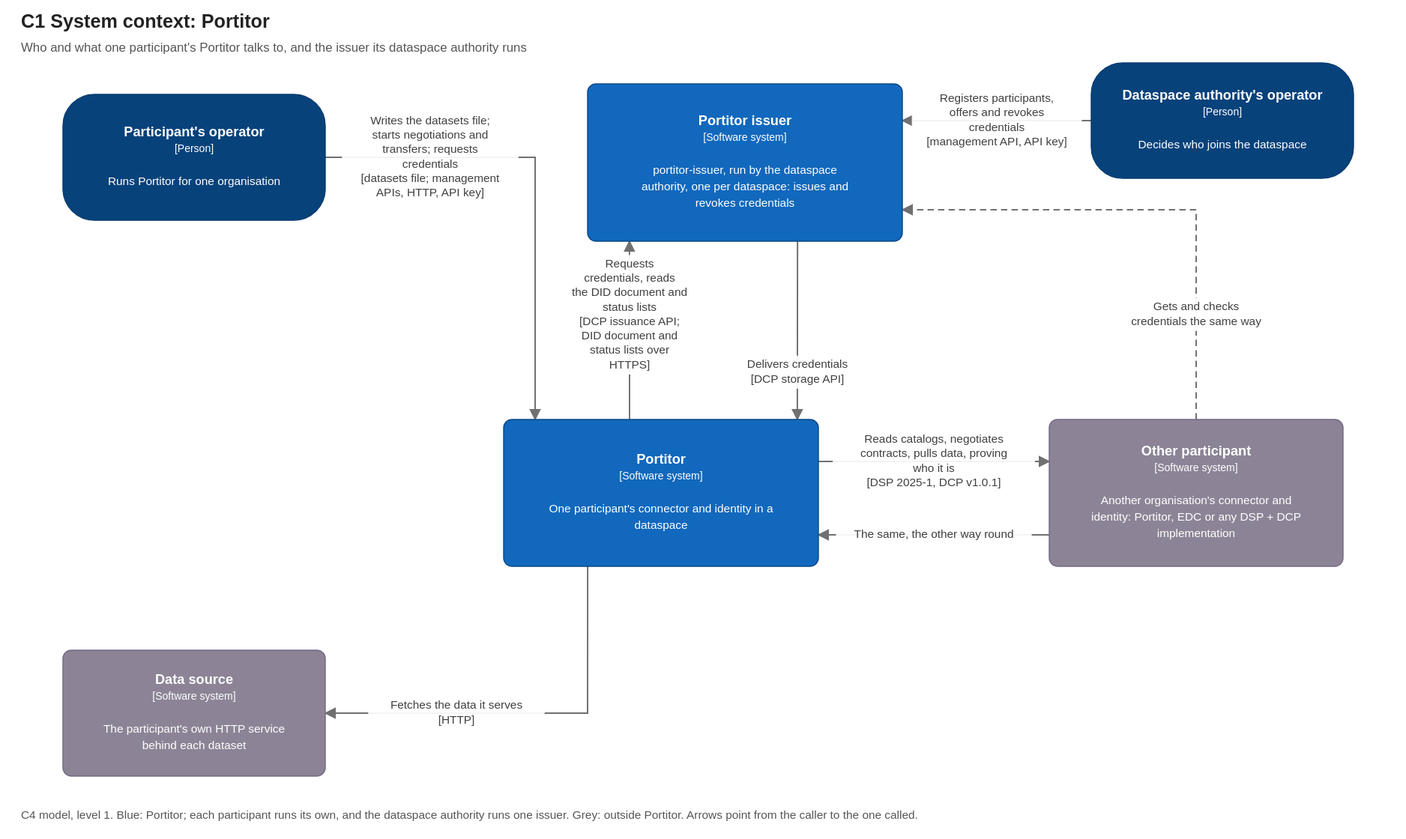
Above: docs/diagrams/c1-system-context.drawio.svg in brunopacheco1/ldsc (draw.io), before the change. Source tidied: cells renumbered, new cells last; positions are measured from the earlier drawing's top-left corner, leaving out a move shared by most shapes.
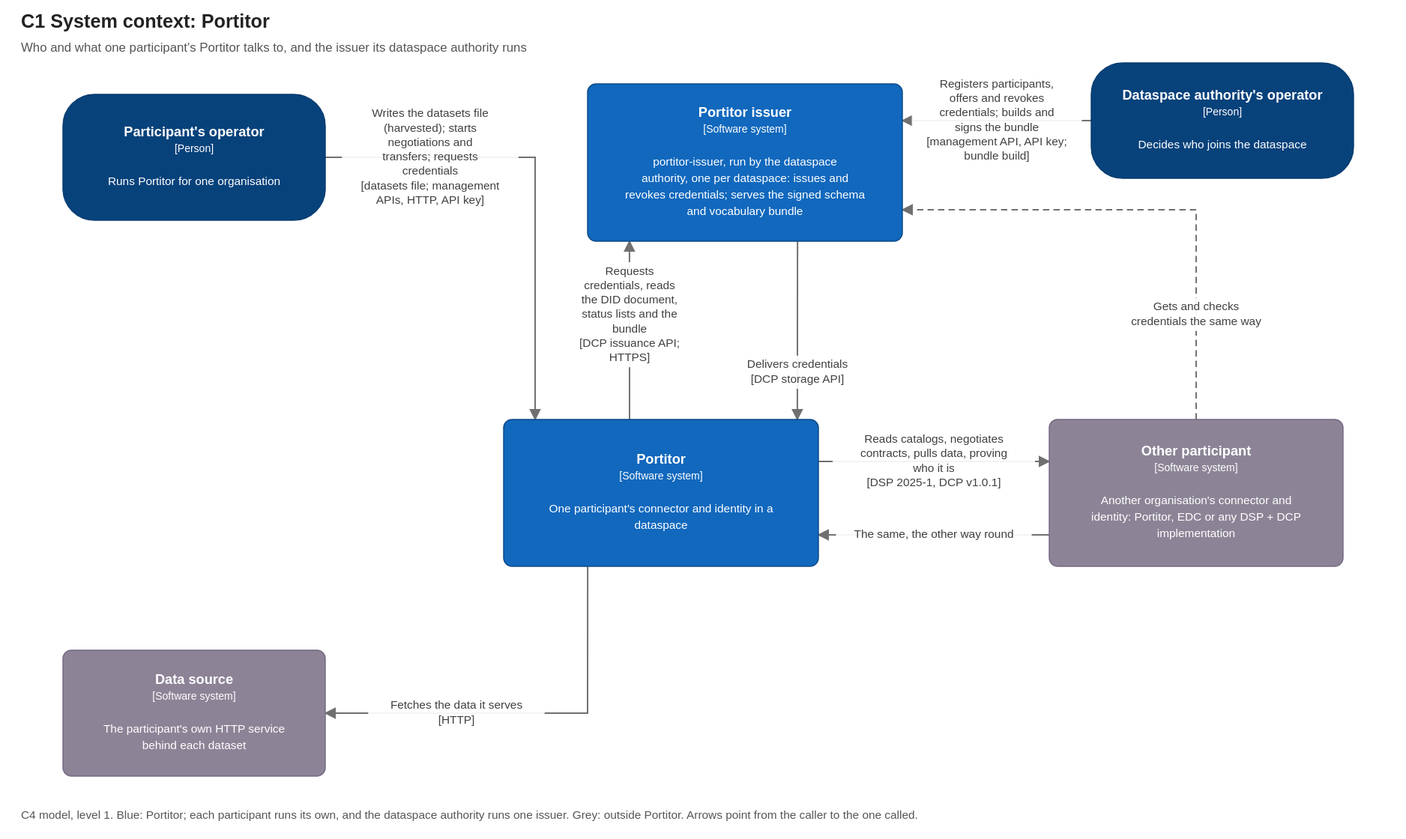
After the change.

Diff of the diagram source:
```diff
@@ -5,7 +5,7 @@
     <mxCell id="2" value="&lt;b&gt;Participant&amp;#x27;s operator&lt;/b&gt;&lt;br&gt;&lt;font style=&quot;font-size:10px&quot;&gt;[Person]&lt;/font&gt;&lt;br&gt;&lt;br&gt;&lt;font style=&quot;font-size:11px&quot;&gt;Runs Portitor for one organisation&lt;/font&gt;" style="rounded=1;arcSize=30;whiteSpace=wrap;html=1;fillColor=#08427B;strokeColor=#073B6F;fontColor=#FFFFFF;fontSize=13;align=center;verticalAlign=middle;c4Kind=person;c4Name=Participant's operator;" parent="1" vertex="1">
       <mxGeometry x="40" y="30" width="250" height="120" as="geometry" />
     </mxCell>
-    <mxCell id="3" value="&lt;b&gt;Portitor issuer&lt;/b&gt;&lt;br&gt;&lt;font style=&quot;font-size:10px&quot;&gt;[Software system]&lt;/font&gt;&lt;br&gt;&lt;br&gt;&lt;font style=&quot;font-size:11px&quot;&gt;portitor-issuer, run by the dataspace authority, one per dataspace: issues and revokes credentials&lt;/font&gt;" style="rounded=1;arcSize=8;whiteSpace=wrap;html=1;fillColor=#1168BD;strokeColor=#0B4884;fontColor=#FFFFFF;fontSize=13;align=center;verticalAlign=middle;c4Kind=system;c4Name=Portitor issuer;" parent="1" vertex="1">
+    <mxCell id="3" value="&lt;b&gt;Portitor issuer&lt;/b&gt;&lt;br&gt;&lt;font style=&quot;font-size:10px&quot;&gt;[Software system]&lt;/font&gt;&lt;br&gt;&lt;br&gt;&lt;font style=&quot;font-size:11px&quot;&gt;portitor-issuer, run by the dataspace authority, one per dataspace: issues and revokes credentials; serves the signed schema and vocabulary bundle&lt;/font&gt;" style="rounded=1;arcSize=8;whiteSpace=wrap;html=1;fillColor=#1168BD;strokeColor=#0B4884;fontColor=#FFFFFF;fontSize=13;align=center;verticalAlign=middle;c4Kind=system;c4Name=Portitor issuer;" parent="1" vertex="1">
       <mxGeometry x="540" y="20" width="300" height="150" as="geometry" />
     </mxCell>
     <mxCell id="4" value="&lt;b&gt;Dataspace authority&amp;#x27;s operator&lt;/b&gt;&lt;br&gt;&lt;font style=&quot;font-size:10px&quot;&gt;[Person]&lt;/font&gt;&lt;br&gt;&lt;br&gt;&lt;font style=&quot;font-size:11px&quot;&gt;Decides who joins the dataspace&lt;/font&gt;" style="rounded=1;arcSize=30;whiteSpace=wrap;html=1;fillColor=#08427B;strokeColor=#073B6F;fontColor=#FFFFFF;fontSize=13;align=center;verticalAlign=middle;c4Kind=person;c4Name=Dataspace authority's operator;" parent="1" vertex="1">
@@ -20,20 +20,20 @@
     <mxCell id="7" value="&lt;b&gt;Data source&lt;/b&gt;&lt;br&gt;&lt;font style=&quot;font-size:10px&quot;&gt;[Software system]&lt;/font&gt;&lt;br&gt;&lt;br&gt;&lt;font style=&quot;font-size:11px&quot;&gt;The participant&amp;#x27;s own HTTP service behind each dataset&lt;/font&gt;" style="rounded=1;arcSize=8;whiteSpace=wrap;html=1;fillColor=#8C8496;strokeColor=#736782;fontColor=#FFFFFF;fontSize=13;align=center;verticalAlign=middle;c4Kind=external;c4Name=Data source;" parent="1" vertex="1">
       <mxGeometry x="40" y="560" width="250" height="120" as="geometry" />
     </mxCell>
-    <mxCell id="8" value="Writes the datasets file; starts negotiations and transfers; requests credentials&#10;[datasets file; management APIs, HTTP, API key]" style="endArrow=blockThin;endFill=1;html=1;rounded=0;strokeColor=#707070;fontSize=11;fontColor=#404040;labelBackgroundColor=#FFFFFF;exitX=1.000;exitY=0.500;exitPerimeter=0;entryX=0.100;entryY=0.000;entryPerimeter=0;" parent="1" edge="1" source="2" target="5">
+    <mxCell id="8" value="Writes the datasets file (harvested); starts negotiations and transfers; requests credentials&#10;[datasets file; management APIs, HTTP, API key]" style="endArrow=blockThin;endFill=1;html=1;rounded=0;strokeColor=#707070;fontSize=11;fontColor=#404040;labelBackgroundColor=#FFFFFF;exitX=1.000;exitY=0.500;exitPerimeter=0;entryX=0.100;entryY=0.000;entryPerimeter=0;" parent="1" edge="1" source="2" target="5">
       <mxGeometry relative="1" as="geometry">
         <Array as="points">
           <mxPoint x="490" y="90" />
         </Array>
       </mxGeometry>
     </mxCell>
-    <mxCell id="9" value="Requests credentials, reads the DID document and status lists&#10;[DCP issuance API; DID document and status lists over HTTPS]" style="endArrow=blockThin;endFill=1;html=1;rounded=0;strokeColor=#707070;fontSize=11;fontColor=#404040;labelBackgroundColor=#FFFFFF;exitX=0.400;exitY=0.000;exitPerimeter=0;entryX=0.133;entryY=1.000;entryPerimeter=0;" parent="1" edge="1" source="5" target="3">
+    <mxCell id="9" value="Requests credentials, reads the DID document, status lists and the bundle&#10;[DCP issuance API; HTTPS]" style="endArrow=blockThin;endFill=1;html=1;rounded=0;strokeColor=#707070;fontSize=11;fontColor=#404040;labelBackgroundColor=#FFFFFF;exitX=0.400;exitY=0.000;exitPerimeter=0;entryX=0.133;entryY=1.000;entryPerimeter=0;" parent="1" edge="1" source="5" target="3">
       <mxGeometry relative="1" as="geometry" />
     </mxCell>
     <mxCell id="10" value="Delivers credentials&#10;[DCP storage API]" style="endArrow=blockThin;endFill=1;html=1;rounded=0;strokeColor=#707070;fontSize=11;fontColor=#404040;labelBackgroundColor=#FFFFFF;exitX=0.667;exitY=1.000;exitPerimeter=0;entryX=0.933;entryY=0.000;entryPerimeter=0;" parent="1" edge="1" source="3" target="5">
       <mxGeometry relative="1" as="geometry" />
     </mxCell>
-    <mxCell id="11" value="Registers participants, offers and revokes credentials&#10;[management API, API key]" style="endArrow=blockThin;endFill=1;html=1;rounded=0;strokeColor=#707070;fontSize=11;fontColor=#404040;labelBackgroundColor=#FFFFFF;exitX=0.000;exitY=0.500;exitPerimeter=0;entryX=1.000;entryY=0.233;entryPerimeter=0;" parent="1" edge="1" source="4" target="3">
+    <mxCell id="11" value="Registers participants, offers and revokes credentials; builds and signs the bundle&#10;[management API, API key; bundle build]" style="endArrow=blockThin;endFill=1;html=1;rounded=0;strokeColor=#707070;fontSize=11;fontColor=#404040;labelBackgroundColor=#FFFFFF;exitX=0.000;exitY=0.500;exitPerimeter=0;entryX=1.000;entryY=0.233;entryPerimeter=0;" parent="1" edge="1" source="4" target="3">
       <mxGeometry relative="1" as="geometry" />
     </mxCell>
     <mxCell id="12" value="Reads catalogs, negotiates contracts, pulls data, proving who it is&#10;[DSP 2025-1, DCP v1.0.1]" style="endArrow=blockThin;endFill=1;html=1;rounded=0;strokeColor=#707070;fontSize=11;fontColor=#404040;labelBackgroundColor=#FFFFFF;exitX=1.000;exitY=0.286;exitPerimeter=0;entryX=0.000;entryY=0.286;entryPerimeter=0;" parent="1" edge="1" source="5" target="6">
```
